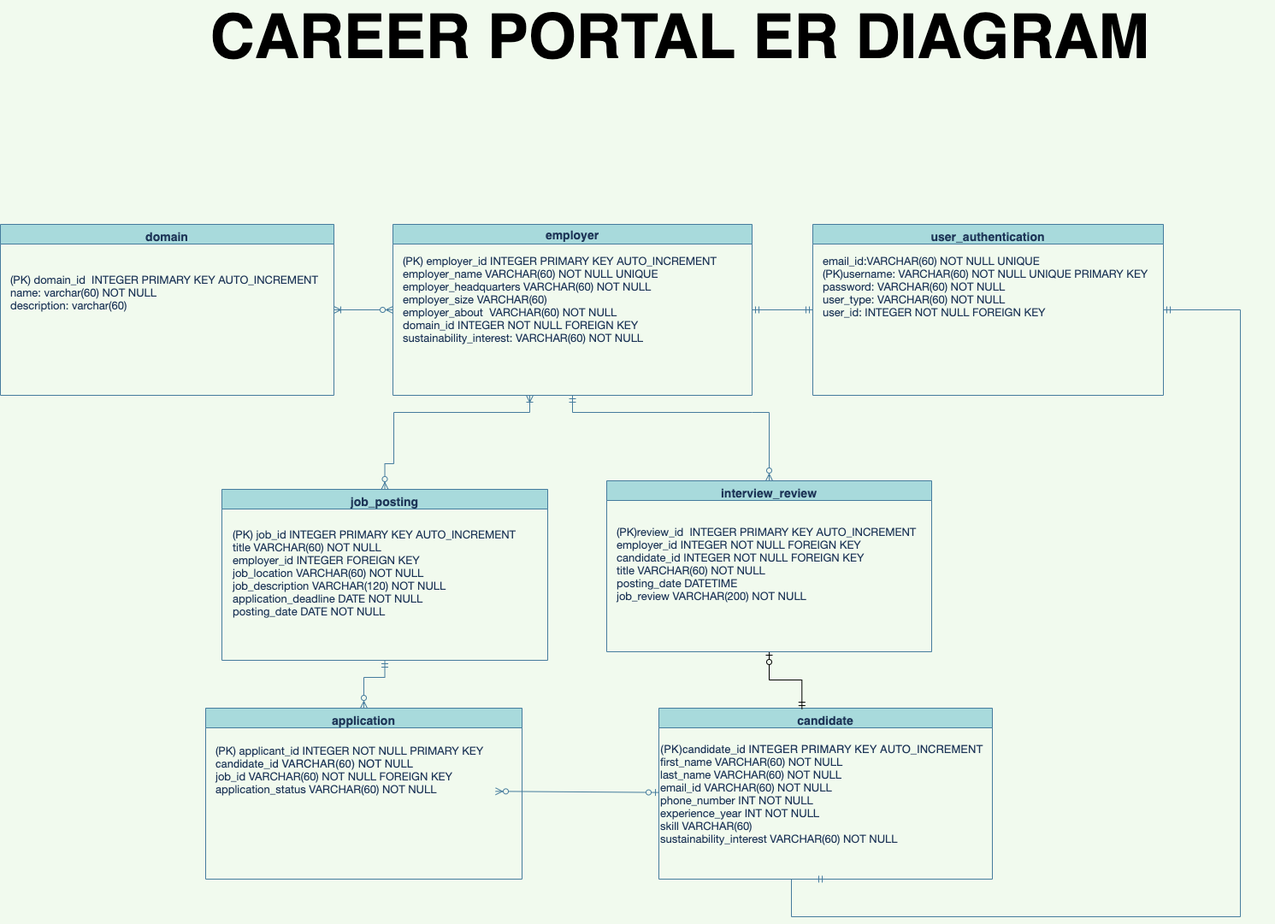
The draw.io diagram documentation/logical_design_V2.png in CS480UIC/cs480--course-project-career_portal, before a commit. Source tidied: cells renumbered, new cells last; positions are measured from the earlier drawing's top-left corner, leaving out a move shared by most shapes.
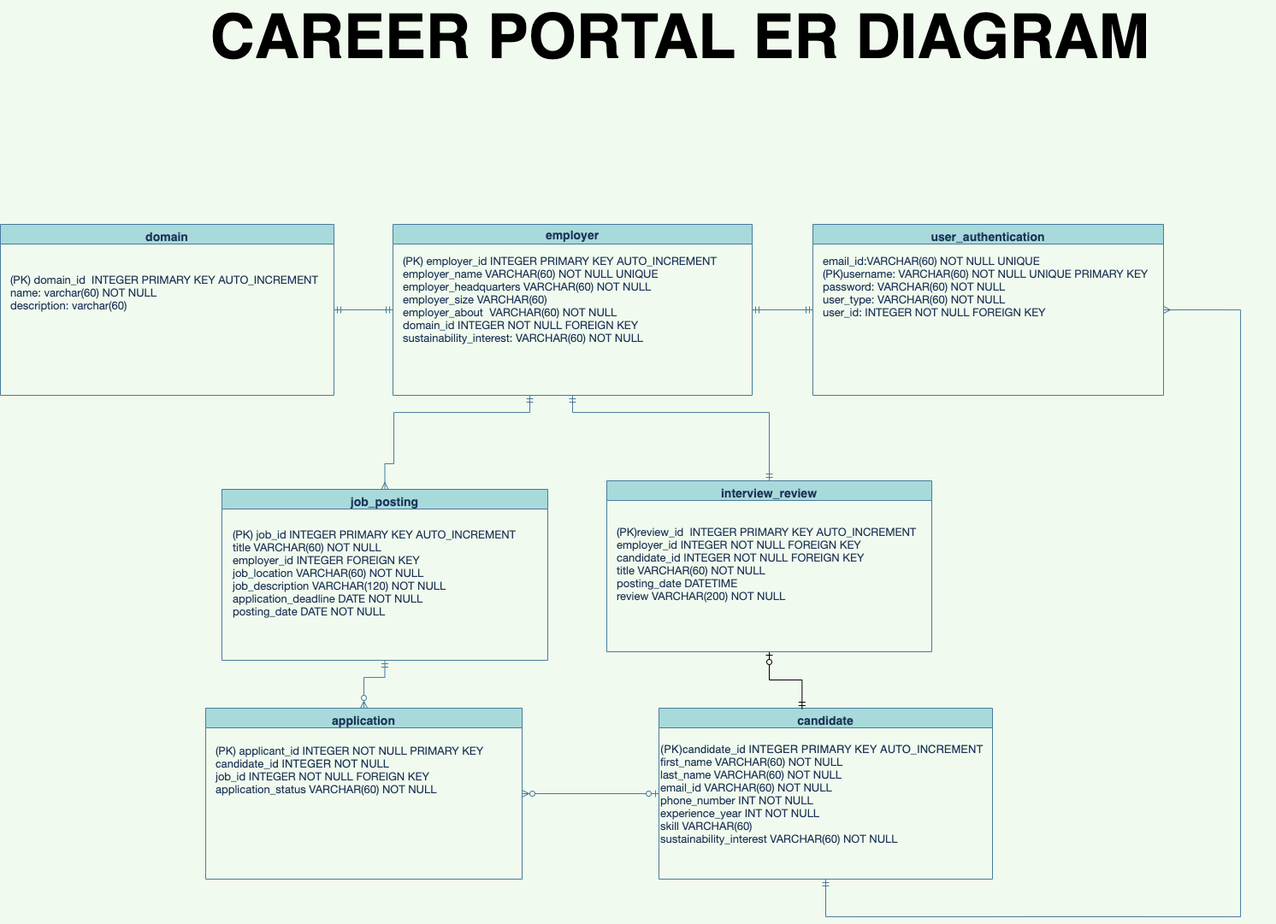
After the commit.

Diff of the diagram source:
```diff
@@ -5,7 +5,7 @@
     <mxCell id="2" style="edgeStyle=none;rounded=0;jettySize=auto;html=1;exitX=1;exitY=0.5;exitDx=0;exitDy=0;entryX=0;entryY=0.5;entryDx=0;entryDy=0;fontSize=13;endArrow=ERmandOne;endFill=0;startArrow=ERmandOne;startFill=0;strokeColor=#457B9D;fontColor=#1D3557;labelBackgroundColor=#F1FAEE;" parent="1" edge="1" source="4" target="19">
       <mxGeometry relative="1" as="geometry" />
     </mxCell>
-    <mxCell id="3" style="edgeStyle=orthogonalEdgeStyle;rounded=0;jettySize=auto;html=1;entryX=0.5;entryY=0;entryDx=0;entryDy=0;fontSize=13;endArrow=ERzeroToMany;endFill=0;startArrow=ERoneToMany;startFill=0;strokeColor=#457B9D;fontColor=#1D3557;labelBackgroundColor=#F1FAEE;" parent="1" edge="1" target="16">
+    <mxCell id="3" style="edgeStyle=orthogonalEdgeStyle;rounded=0;jettySize=auto;html=1;entryX=0.5;entryY=0;entryDx=0;entryDy=0;fontSize=13;endArrow=ERmany;endFill=0;startArrow=ERmandOne;startFill=0;strokeColor=#457B9D;fontColor=#1D3557;labelBackgroundColor=#F1FAEE;" parent="1" edge="1" target="16">
       <mxGeometry relative="1" as="geometry">
         <mxPoint x="619" y="434" as="sourcePoint" />
         <Array as="points">
@@ -22,14 +22,14 @@
     <mxCell id="5" value="&lt;p class=&quot;p1&quot; style=&quot;margin: 0px ; font-stretch: normal ; line-height: normal ; font-family: &amp;#34;helvetica neue&amp;#34; ; font-size: 13px&quot;&gt;&lt;font style=&quot;font-size: 13px&quot;&gt;(PK) employer_id INTEGER PRIMARY KEY AUTO_INCREMENT&lt;br style=&quot;font-size: 13px&quot;&gt;employer_name VARCHAR(60) NOT NULL UNIQUE&lt;/font&gt;&lt;/p&gt;&lt;p class=&quot;p1&quot; style=&quot;margin: 0px ; font-stretch: normal ; line-height: normal ; font-family: &amp;#34;helvetica neue&amp;#34; ; font-size: 13px&quot;&gt;&lt;font style=&quot;font-size: 13px&quot;&gt;employer_headquarters VARCHAR(60) NOT NULL&lt;/font&gt;&lt;/p&gt;&lt;p class=&quot;p1&quot; style=&quot;margin: 0px ; font-stretch: normal ; line-height: normal ; font-family: &amp;#34;helvetica neue&amp;#34; ; font-size: 13px&quot;&gt;&lt;font style=&quot;font-size: 13px&quot;&gt;employer_size VARCHAR(60)&amp;nbsp;&lt;/font&gt;&lt;/p&gt;&lt;p class=&quot;p1&quot; style=&quot;margin: 0px ; font-stretch: normal ; line-height: normal ; font-family: &amp;#34;helvetica neue&amp;#34; ; font-size: 13px&quot;&gt;&lt;font style=&quot;font-size: 13px&quot;&gt;employer_about&amp;nbsp; VARCHAR(60) NOT NULL&lt;/font&gt;&lt;/p&gt;&lt;p class=&quot;p1&quot; style=&quot;margin: 0px ; font-stretch: normal ; line-height: normal ; font-family: &amp;#34;helvetica neue&amp;#34; ; font-size: 13px&quot;&gt;&lt;font style=&quot;font-size: 13px&quot;&gt;domain_id INTEGER NOT NULL FOREIGN KEY&amp;nbsp;&amp;nbsp;&lt;/font&gt;&lt;/p&gt;&lt;p class=&quot;p1&quot; style=&quot;margin: 0px ; font-stretch: normal ; line-height: normal ; font-family: &amp;#34;helvetica neue&amp;#34; ; font-size: 13px&quot;&gt;&lt;font style=&quot;font-size: 13px&quot;&gt;sustainability_interest: VARCHAR(60) NOT NULL&lt;/font&gt;&lt;/p&gt;&lt;p class=&quot;p2&quot; style=&quot;margin: 0px 0px 0px 23px ; font-stretch: normal ; font-size: 13px ; line-height: normal ; font-family: &amp;#34;helvetica neue&amp;#34; ; min-height: 15px&quot;&gt;&lt;br style=&quot;font-size: 13px&quot;&gt;&lt;/p&gt;" style="text;html=1;align=left;verticalAlign=middle;strokeColor=none;fillColor=none;fontSize=13;fontColor=#1D3557;" parent="4" vertex="1">
       <mxGeometry x="10" y="35" width="380" height="120" as="geometry" />
     </mxCell>
-    <mxCell id="6" style="edgeStyle=none;rounded=0;jettySize=auto;html=1;entryX=0.997;entryY=0.716;entryDx=0;entryDy=0;fontSize=13;endArrow=ERzeroToMany;endFill=0;startArrow=ERzeroToOne;startFill=0;strokeColor=#457B9D;fontColor=#1D3557;labelBackgroundColor=#F1FAEE;entryPerimeter=0;" parent="1" edge="1" source="9" target="11">
+    <mxCell id="6" style="edgeStyle=none;rounded=0;jettySize=auto;html=1;entryX=1;entryY=0.5;entryDx=0;entryDy=0;fontSize=13;endArrow=ERzeroToMany;endFill=0;startArrow=ERzeroToOne;startFill=0;strokeColor=#457B9D;fontColor=#1D3557;labelBackgroundColor=#F1FAEE;" parent="1" edge="1" source="9" target="10">
       <mxGeometry relative="1" as="geometry" />
     </mxCell>
     <mxCell id="7" style="edgeStyle=orthogonalEdgeStyle;rounded=0;jettySize=auto;html=1;exitX=0.5;exitY=1;exitDx=0;exitDy=0;fontSize=13;endArrow=none;endFill=0;startArrow=ERmandOne;startFill=0;strokeColor=#457B9D;fontColor=#1D3557;labelBackgroundColor=#F1FAEE;" parent="1" edge="1" source="8">
       <mxGeometry relative="1" as="geometry">
         <mxPoint x="1330" y="1044" as="targetPoint" />
         <Array as="points">
-          <mxPoint x="925" y="1044" />
+          <mxPoint x="965" y="1044" />
         </Array>
       </mxGeometry>
     </mxCell>
@@ -42,10 +42,10 @@
     <mxCell id="10" value="application&#10;&#9;&#9;" style="swimlane;fontSize=14;verticalAlign=top;fillColor=#A8DADC;strokeColor=#457B9D;fontColor=#1D3557;" parent="1" vertex="1">
       <mxGeometry x="240" y="800" width="370" height="200" as="geometry" />
     </mxCell>
-    <mxCell id="11" value="&lt;span style=&quot;font-family: &amp;#34;helvetica neue&amp;#34;&quot;&gt;(PK) applicant_id INTEGER NOT NULL PRIMARY KEY&lt;/span&gt;&lt;br&gt;&lt;p class=&quot;p1&quot; style=&quot;margin: 0px ; font-stretch: normal ; line-height: normal ; font-family: &amp;#34;helvetica neue&amp;#34;&quot;&gt;&lt;font style=&quot;font-size: 13px&quot;&gt;&lt;span style=&quot;font-family: &amp;#34;helvetica&amp;#34;&quot;&gt;candidate_id VARCHAR(60) NOT NULL&lt;/span&gt;&lt;br&gt;&lt;/font&gt;&lt;/p&gt;&lt;p class=&quot;p1&quot; style=&quot;margin: 0px ; font-stretch: normal ; line-height: normal ; font-family: &amp;#34;helvetica neue&amp;#34;&quot;&gt;&lt;font style=&quot;font-size: 13px&quot;&gt;job_id VARCHAR(60) NOT NULL FOREIGN KEY&lt;/font&gt;&lt;/p&gt;&lt;p class=&quot;p1&quot; style=&quot;margin: 0px ; font-stretch: normal ; line-height: normal ; font-family: &amp;#34;helvetica neue&amp;#34;&quot;&gt;&lt;font style=&quot;font-size: 13px&quot;&gt;application_status VARCHAR(60) NOT NULL&lt;/font&gt;&lt;/p&gt;&lt;p class=&quot;p1&quot; style=&quot;margin: 0px ; font-stretch: normal ; line-height: normal ; font-family: &amp;#34;helvetica neue&amp;#34;&quot;&gt;&lt;br&gt;&lt;/p&gt;" style="text;html=1;align=left;verticalAlign=middle;points=[];strokeColor=none;fillColor=none;fontSize=13;fontColor=#1D3557;" parent="10" vertex="1">
+    <mxCell id="11" value="&lt;span style=&quot;font-family: &amp;#34;helvetica neue&amp;#34;&quot;&gt;(PK) applicant_id INTEGER NOT NULL PRIMARY KEY&lt;/span&gt;&lt;br&gt;&lt;p class=&quot;p1&quot; style=&quot;margin: 0px ; font-stretch: normal ; line-height: normal ; font-family: &amp;#34;helvetica neue&amp;#34;&quot;&gt;&lt;font style=&quot;font-size: 13px&quot;&gt;&lt;span style=&quot;font-family: &amp;#34;helvetica&amp;#34;&quot;&gt;candidate_id INTEGER NOT NULL&lt;/span&gt;&lt;br&gt;&lt;/font&gt;&lt;/p&gt;&lt;p class=&quot;p1&quot; style=&quot;margin: 0px ; font-stretch: normal ; line-height: normal ; font-family: &amp;#34;helvetica neue&amp;#34;&quot;&gt;&lt;font style=&quot;font-size: 13px&quot;&gt;job_id INTEGER NOT NULL FOREIGN KEY&lt;/font&gt;&lt;/p&gt;&lt;p class=&quot;p1&quot; style=&quot;margin: 0px ; font-stretch: normal ; line-height: normal ; font-family: &amp;#34;helvetica neue&amp;#34;&quot;&gt;&lt;font style=&quot;font-size: 13px&quot;&gt;application_status VARCHAR(60) NOT NULL&lt;/font&gt;&lt;/p&gt;&lt;p class=&quot;p1&quot; style=&quot;margin: 0px ; font-stretch: normal ; line-height: normal ; font-family: &amp;#34;helvetica neue&amp;#34;&quot;&gt;&lt;br&gt;&lt;/p&gt;" style="text;html=1;align=left;verticalAlign=middle;points=[];strokeColor=none;fillColor=none;fontSize=13;fontColor=#1D3557;" parent="10" vertex="1">
       <mxGeometry x="10" y="40" width="330" height="80" as="geometry" />
     </mxCell>
-    <mxCell id="12" style="edgeStyle=none;rounded=0;jettySize=auto;html=1;exitX=1;exitY=0.5;exitDx=0;exitDy=0;entryX=0;entryY=0.5;entryDx=0;entryDy=0;fontSize=13;endArrow=ERzeroToMany;endFill=0;startArrow=ERoneToMany;startFill=0;strokeColor=#457B9D;fontColor=#1D3557;labelBackgroundColor=#F1FAEE;" parent="1" edge="1" source="13" target="4">
+    <mxCell id="12" style="edgeStyle=none;rounded=0;jettySize=auto;html=1;exitX=1;exitY=0.5;exitDx=0;exitDy=0;entryX=0;entryY=0.5;entryDx=0;entryDy=0;fontSize=13;endArrow=ERmandOne;endFill=0;startArrow=ERmandOne;startFill=0;strokeColor=#457B9D;fontColor=#1D3557;labelBackgroundColor=#F1FAEE;" parent="1" edge="1" source="13" target="4">
       <mxGeometry relative="1" as="geometry" />
     </mxCell>
     <mxCell id="13" value="domain&#10;&#9;&#9;" style="swimlane;fontSize=14;verticalAlign=top;startSize=23;fillColor=#A8DADC;strokeColor=#457B9D;fontColor=#1D3557;" parent="1" vertex="1">
@@ -68,7 +68,7 @@
     <mxCell id="17" value="&lt;p class=&quot;p1&quot; style=&quot;margin: 0px ; font-stretch: normal ; line-height: normal ; font-family: &amp;#34;helvetica neue&amp;#34; ; font-size: 13px&quot;&gt;&lt;font style=&quot;font-size: 13px&quot;&gt;(PK) job_id INTEGER&amp;nbsp;PRIMARY KEY AUTO_INCREMENT&lt;br style=&quot;font-size: 13px&quot;&gt;title VARCHAR(60) NOT NULL&lt;/font&gt;&lt;/p&gt;&lt;p class=&quot;p1&quot; style=&quot;margin: 0px ; font-stretch: normal ; line-height: normal ; font-family: &amp;#34;helvetica neue&amp;#34; ; font-size: 13px&quot;&gt;&lt;font style=&quot;font-size: 13px&quot;&gt;employer_id INTEGER FOREIGN KEY&lt;/font&gt;&lt;/p&gt;&lt;p class=&quot;p1&quot; style=&quot;margin: 0px ; font-stretch: normal ; line-height: normal ; font-family: &amp;#34;helvetica neue&amp;#34; ; font-size: 13px&quot;&gt;&lt;font style=&quot;font-size: 13px&quot;&gt;job_location VARCHAR(60) NOT NULL&lt;/font&gt;&lt;/p&gt;&lt;p class=&quot;p1&quot; style=&quot;margin: 0px ; font-stretch: normal ; line-height: normal ; font-family: &amp;#34;helvetica neue&amp;#34; ; font-size: 13px&quot;&gt;&lt;font style=&quot;font-size: 13px&quot;&gt;job_description VARCHAR(120) NOT NULL&lt;/font&gt;&lt;/p&gt;&lt;p class=&quot;p1&quot; style=&quot;margin: 0px ; font-stretch: normal ; line-height: normal ; font-family: &amp;#34;helvetica neue&amp;#34; ; font-size: 13px&quot;&gt;&lt;font style=&quot;font-size: 13px&quot;&gt;application_deadline DATE NOT NULL&lt;/font&gt;&lt;/p&gt;&lt;p class=&quot;p1&quot; style=&quot;margin: 0px ; font-stretch: normal ; line-height: normal ; font-family: &amp;#34;helvetica neue&amp;#34; ; font-size: 13px&quot;&gt;posting_date DATE NOT NULL&lt;/p&gt;&lt;p class=&quot;p2&quot; style=&quot;margin: 0px 0px 0px 23px ; font-stretch: normal ; font-size: 13px ; line-height: normal ; font-family: &amp;#34;helvetica neue&amp;#34; ; min-height: 15px&quot;&gt;&lt;br style=&quot;font-size: 13px&quot;&gt;&lt;/p&gt;" style="text;html=1;align=left;verticalAlign=middle;strokeColor=none;fillColor=none;fontSize=13;fontColor=#1D3557;" parent="16" vertex="1">
       <mxGeometry x="11" y="45" width="350" height="120" as="geometry" />
     </mxCell>
-    <mxCell id="18" style="edgeStyle=orthogonalEdgeStyle;rounded=0;jettySize=auto;html=1;exitX=1;exitY=0.5;exitDx=0;exitDy=0;fontSize=13;endArrow=none;endFill=0;startArrow=ERmandOne;startFill=0;strokeColor=#457B9D;fontColor=#1D3557;labelBackgroundColor=#F1FAEE;" parent="1" edge="1" source="19">
+    <mxCell id="18" style="edgeStyle=orthogonalEdgeStyle;rounded=0;jettySize=auto;html=1;exitX=1;exitY=0.5;exitDx=0;exitDy=0;fontSize=13;endArrow=none;endFill=0;startArrow=ERmany;startFill=0;strokeColor=#457B9D;fontColor=#1D3557;labelBackgroundColor=#F1FAEE;" parent="1" edge="1" source="19">
       <mxGeometry relative="1" as="geometry">
         <mxPoint x="1270" y="1044" as="targetPoint" />
         <Array as="points">
@@ -83,7 +83,7 @@
     <mxCell id="20" value="&lt;p class=&quot;p1&quot; style=&quot;margin: 0px ; font-stretch: normal ; line-height: normal ; font-family: &amp;#34;helvetica neue&amp;#34; ; font-size: 13px&quot;&gt;&lt;font style=&quot;font-size: 13px&quot;&gt;email_id:VARCHAR(60) NOT NULL UNIQUE&lt;br style=&quot;font-size: 13px&quot;&gt;(PK)username: VARCHAR(60) NOT NULL UNIQUE PRIMARY KEY&lt;/font&gt;&lt;/p&gt;&lt;p class=&quot;p1&quot; style=&quot;margin: 0px ; font-stretch: normal ; line-height: normal ; font-family: &amp;#34;helvetica neue&amp;#34; ; font-size: 13px&quot;&gt;&lt;font style=&quot;font-size: 13px&quot;&gt;password: VARCHAR(60) NOT NULL&lt;/font&gt;&lt;/p&gt;&lt;p class=&quot;p1&quot; style=&quot;margin: 0px ; font-stretch: normal ; line-height: normal ; font-family: &amp;#34;helvetica neue&amp;#34; ; font-size: 13px&quot;&gt;user_type: VARCHAR(60) NOT NULL&amp;nbsp;&lt;br&gt;&lt;/p&gt;&lt;p class=&quot;p1&quot; style=&quot;margin: 0px ; font-stretch: normal ; line-height: normal ; font-family: &amp;#34;helvetica neue&amp;#34; ; font-size: 13px&quot;&gt;user_id: INTEGER NOT NULL FOREIGN KEY&lt;/p&gt;&lt;p class=&quot;p2&quot; style=&quot;margin: 0px 0px 0px 23px ; font-stretch: normal ; font-size: 13px ; line-height: normal ; font-family: &amp;#34;helvetica neue&amp;#34; ; min-height: 15px&quot;&gt;&lt;br style=&quot;font-size: 13px&quot;&gt;&lt;/p&gt;" style="text;html=1;align=left;verticalAlign=middle;strokeColor=none;fillColor=none;fontSize=13;fontColor=#1D3557;" parent="19" vertex="1">
       <mxGeometry x="10" y="35" width="400" height="90" as="geometry" />
     </mxCell>
-    <mxCell id="21" style="edgeStyle=orthogonalEdgeStyle;rounded=0;jettySize=auto;html=1;exitX=0.5;exitY=0;exitDx=0;exitDy=0;entryX=0.5;entryY=1;entryDx=0;entryDy=0;fontSize=13;endArrow=ERmandOne;endFill=0;startArrow=ERzeroToMany;startFill=0;strokeColor=#457B9D;fontColor=#1D3557;labelBackgroundColor=#F1FAEE;" parent="1" edge="1" source="23" target="4">
+    <mxCell id="21" style="edgeStyle=orthogonalEdgeStyle;rounded=0;jettySize=auto;html=1;exitX=0.5;exitY=0;exitDx=0;exitDy=0;entryX=0.5;entryY=1;entryDx=0;entryDy=0;fontSize=13;endArrow=ERmandOne;endFill=0;startArrow=ERmandOne;startFill=0;strokeColor=#457B9D;fontColor=#1D3557;labelBackgroundColor=#F1FAEE;" parent="1" edge="1" source="23" target="4">
       <mxGeometry relative="1" as="geometry">
         <Array as="points">
           <mxPoint x="879" y="454" />
@@ -97,7 +97,7 @@
     <mxCell id="23" value="interview_review&#10;&#9;&#9;" style="swimlane;fontSize=14;verticalAlign=top;fillColor=#A8DADC;strokeColor=#457B9D;fontColor=#1D3557;" parent="1" vertex="1">
       <mxGeometry x="709" y="534" width="380" height="200" as="geometry" />
     </mxCell>
-    <mxCell id="24" value="&lt;p class=&quot;p1&quot; style=&quot;margin: 0px ; font-stretch: normal ; line-height: normal ; font-family: &amp;#34;helvetica neue&amp;#34; ; font-size: 13px&quot;&gt;&lt;font style=&quot;font-size: 13px&quot;&gt;(PK)review_id&amp;nbsp; INTEGER PRIMARY KEY AUTO_INCREMENT&lt;/font&gt;&lt;/p&gt;&lt;p class=&quot;p1&quot; style=&quot;margin: 0px ; font-stretch: normal ; line-height: normal ; font-family: &amp;#34;helvetica neue&amp;#34; ; font-size: 13px&quot;&gt;&lt;span&gt;employer_id INTEGER NOT NULL FOREIGN KEY&lt;/span&gt;&lt;/p&gt;&lt;p class=&quot;p1&quot; style=&quot;margin: 0px ; font-stretch: normal ; line-height: normal ; font-family: &amp;#34;helvetica neue&amp;#34; ; font-size: 13px&quot;&gt;&lt;font style=&quot;font-size: 13px&quot;&gt;candidate_id INTEGER NOT NULL FOREIGN KEY&lt;/font&gt;&lt;/p&gt;&lt;p class=&quot;p1&quot; style=&quot;margin: 0px ; font-stretch: normal ; line-height: normal ; font-family: &amp;#34;helvetica neue&amp;#34; ; font-size: 13px&quot;&gt;&lt;font style=&quot;font-size: 13px&quot;&gt;title VARCHAR(60) NOT NULL&amp;nbsp;&lt;/font&gt;&lt;/p&gt;&lt;p class=&quot;p1&quot; style=&quot;margin: 0px ; font-stretch: normal ; line-height: normal ; font-family: &amp;#34;helvetica neue&amp;#34; ; font-size: 13px&quot;&gt;posting_date DATETIME&amp;nbsp; &amp;nbsp;&lt;/p&gt;&lt;p class=&quot;p1&quot; style=&quot;margin: 0px ; font-stretch: normal ; line-height: normal ; font-family: &amp;#34;helvetica neue&amp;#34; ; font-size: 13px&quot;&gt;job_review VARCHAR(200) NOT NULL&amp;nbsp;&lt;/p&gt;&lt;p class=&quot;p2&quot; style=&quot;margin: 0px 0px 0px 23px ; font-stretch: normal ; font-size: 13px ; line-height: normal ; font-family: &amp;#34;helvetica neue&amp;#34; ; min-height: 15px&quot;&gt;&lt;br style=&quot;font-size: 13px&quot;&gt;&lt;/p&gt;" style="text;html=1;align=left;verticalAlign=middle;strokeColor=none;fillColor=none;fontSize=13;fontColor=#1D3557;" parent="23" vertex="1">
+    <mxCell id="24" value="&lt;p class=&quot;p1&quot; style=&quot;margin: 0px ; font-stretch: normal ; line-height: normal ; font-family: &amp;#34;helvetica neue&amp;#34; ; font-size: 13px&quot;&gt;&lt;font style=&quot;font-size: 13px&quot;&gt;(PK)review_id&amp;nbsp; INTEGER PRIMARY KEY AUTO_INCREMENT&lt;/font&gt;&lt;/p&gt;&lt;p class=&quot;p1&quot; style=&quot;margin: 0px ; font-stretch: normal ; line-height: normal ; font-family: &amp;#34;helvetica neue&amp;#34; ; font-size: 13px&quot;&gt;&lt;span&gt;employer_id INTEGER NOT NULL FOREIGN KEY&lt;/span&gt;&lt;/p&gt;&lt;p class=&quot;p1&quot; style=&quot;margin: 0px ; font-stretch: normal ; line-height: normal ; font-family: &amp;#34;helvetica neue&amp;#34; ; font-size: 13px&quot;&gt;&lt;font style=&quot;font-size: 13px&quot;&gt;candidate_id INTEGER NOT NULL FOREIGN KEY&lt;/font&gt;&lt;/p&gt;&lt;p class=&quot;p1&quot; style=&quot;margin: 0px ; font-stretch: normal ; line-height: normal ; font-family: &amp;#34;helvetica neue&amp;#34; ; font-size: 13px&quot;&gt;&lt;font style=&quot;font-size: 13px&quot;&gt;title VARCHAR(60) NOT NULL&amp;nbsp;&lt;/font&gt;&lt;/p&gt;&lt;p class=&quot;p1&quot; style=&quot;margin: 0px ; font-stretch: normal ; line-height: normal ; font-family: &amp;#34;helvetica neue&amp;#34; ; font-size: 13px&quot;&gt;posting_date DATETIME&amp;nbsp; &amp;nbsp;&lt;/p&gt;&lt;p class=&quot;p1&quot; style=&quot;margin: 0px ; font-stretch: normal ; line-height: normal ; font-family: &amp;#34;helvetica neue&amp;#34; ; font-size: 13px&quot;&gt;review VARCHAR(200) NOT NULL&amp;nbsp;&lt;/p&gt;&lt;p class=&quot;p2&quot; style=&quot;margin: 0px 0px 0px 23px ; font-stretch: normal ; font-size: 13px ; line-height: normal ; font-family: &amp;#34;helvetica neue&amp;#34; ; min-height: 15px&quot;&gt;&lt;br style=&quot;font-size: 13px&quot;&gt;&lt;/p&gt;" style="text;html=1;align=left;verticalAlign=middle;strokeColor=none;fillColor=none;fontSize=13;fontColor=#1D3557;" parent="23" vertex="1">
       <mxGeometry x="10" y="50" width="370" height="110" as="geometry" />
     </mxCell>
     <mxCell id="25" value="&lt;font style=&quot;font-size: 72px&quot;&gt;&lt;b&gt;CAREER PORTAL ER DIAGRAM&lt;/b&gt;&lt;/font&gt;" style="text;html=1;strokeColor=none;fillColor=none;align=center;verticalAlign=middle;whiteSpace=wrap;rounded=0;" parent="1" vertex="1">
```
